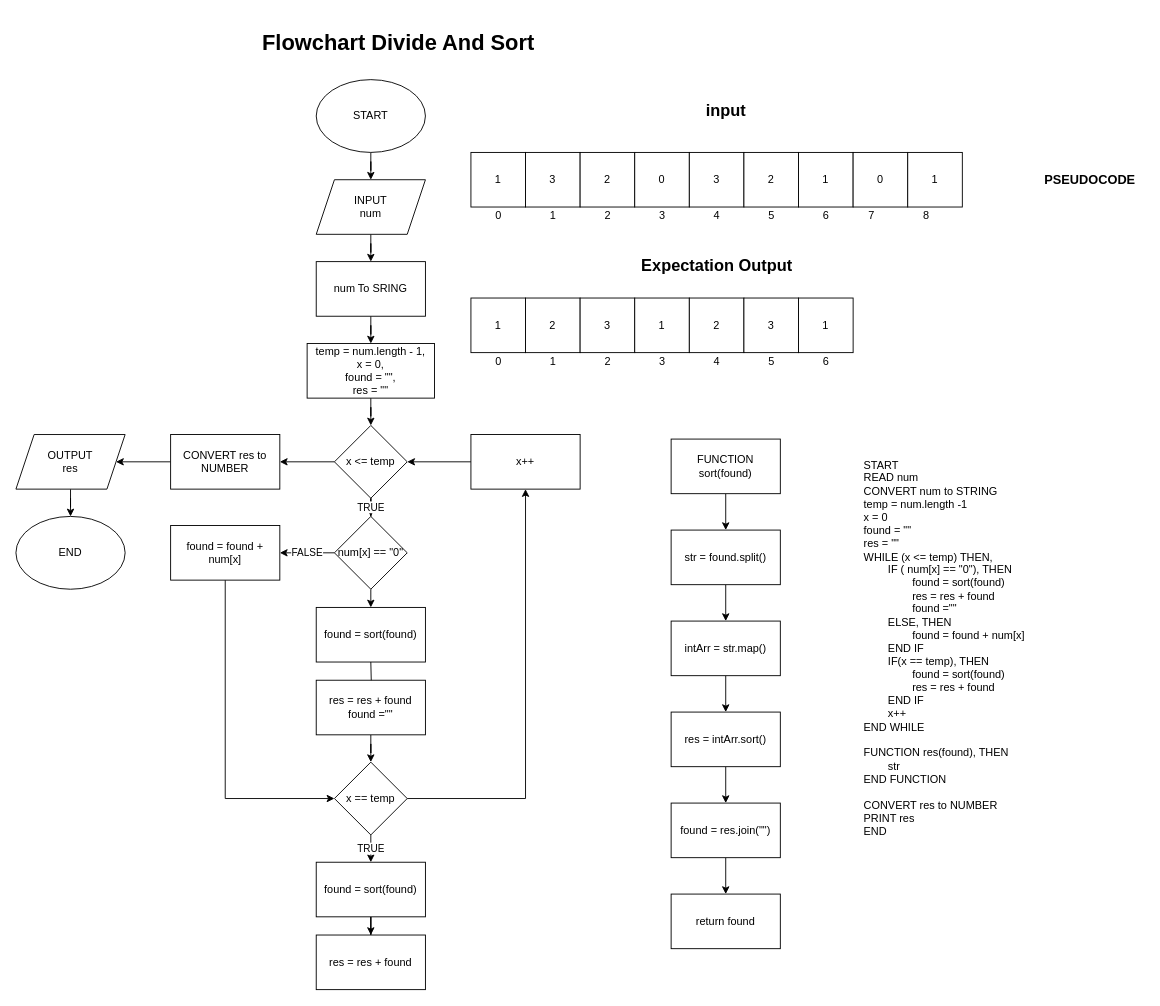
Earlier version of the draw.io diagram fw5-flowchart-js4/divideAndSort.drawio (DanangFirmantara/fw5-javascript4). Source tidied: cells renumbered, new cells numbered last; positions are measured from the earlier drawing's top-left corner, leaving out a move shared by most shapes. Both pictures are drawn from the tidied source at 91%, with x=0, y=0 at pixel (15, 20).
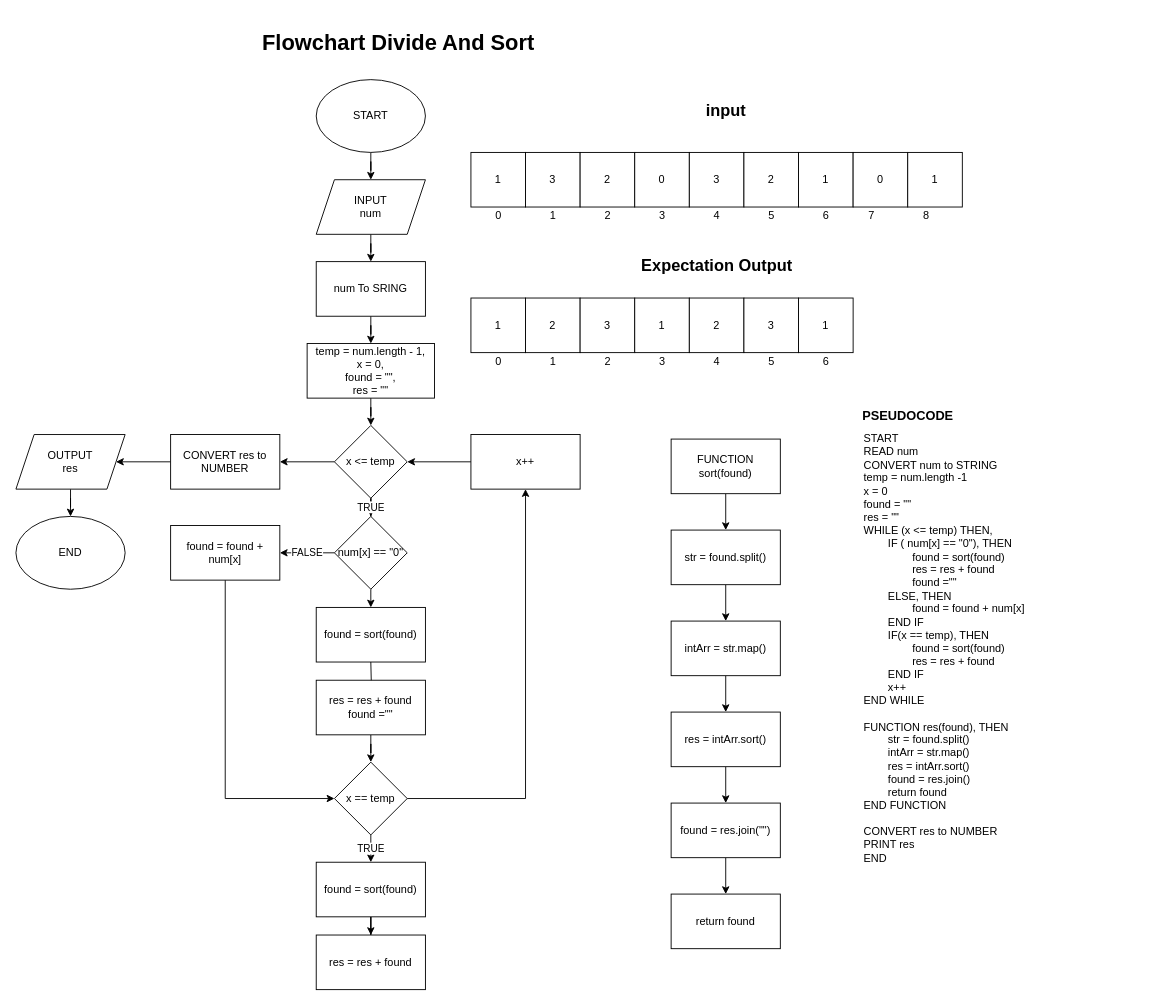
After the change.

Change to the diagram source:
```diff
@@
     <mxCell id="76" value="&lt;h3&gt;PSEUDOCODE&lt;/h3&gt;" style="text;html=1;align=center;verticalAlign=middle;strokeColor=none;fillColor=none;" parent="1" vertex="1">
-      <mxGeometry x="1120" y="150" width="120" height="50" as="geometry" />
+      <mxGeometry x="920" y="410" width="120" height="50" as="geometry" />
     </mxCell>
-    <mxCell id="77" value="START&lt;br&gt;&lt;div&gt;READ num&lt;/div&gt;&lt;div&gt;CONVERT num to STRING&lt;/div&gt;&lt;div&gt;temp = num.length -1&lt;/div&gt;&lt;div&gt;x = 0&lt;/div&gt;&lt;div&gt;found = &quot;&quot;&lt;/div&gt;&lt;div&gt;res = &quot;&quot;&lt;/div&gt;&lt;div&gt;WHILE (x &amp;lt;= temp) THEN,&lt;/div&gt;&lt;div&gt;&lt;span style=&quot;white-space: pre&quot;&gt;&#9;&lt;/span&gt;IF ( num[x] == &quot;0&quot;), THEN&lt;br&gt;&lt;/div&gt;&lt;span style=&quot;white-space: pre&quot;&gt;&#9;&lt;span style=&quot;white-space: pre&quot;&gt;&#9;&lt;/span&gt;&lt;/span&gt;&lt;span&gt;found = sort(found)&lt;/span&gt;&lt;br&gt;&lt;span style=&quot;white-space: pre&quot;&gt;&#9;&lt;span style=&quot;white-space: pre&quot;&gt;&#9;&lt;/span&gt;&lt;/span&gt;&lt;span&gt;res = res + found&lt;/span&gt;&lt;br&gt;&lt;div&gt;&lt;span style=&quot;white-space: pre&quot;&gt;&#9;&lt;span style=&quot;white-space: pre&quot;&gt;&#9;&lt;/span&gt;&lt;/span&gt;found =&quot;&quot;&lt;/div&gt;&lt;div&gt;&lt;span style=&quot;white-space: pre&quot;&gt;&#9;&lt;/span&gt;ELSE, THEN&lt;br&gt;&lt;/div&gt;&lt;div&gt;&lt;span style=&quot;white-space: pre&quot;&gt;&#9;&lt;span style=&quot;white-space: pre&quot;&gt;&#9;&lt;/span&gt;&lt;/span&gt;found = found + num[x]&lt;br&gt;&lt;/div&gt;&lt;div&gt;&lt;span style=&quot;white-space: pre&quot;&gt;&#9;&lt;/span&gt;END IF&lt;br&gt;&lt;/div&gt;&lt;div&gt;&lt;span style=&quot;white-space: pre&quot;&gt;&#9;&lt;/span&gt;IF(x == temp), THEN&lt;br&gt;&lt;/div&gt;&lt;div&gt;&lt;span style=&quot;white-space: pre&quot;&gt;&#9;&lt;/span&gt;&lt;span style=&quot;white-space: pre&quot;&gt;&#9;&lt;/span&gt;found = sort(found)&lt;br&gt;&lt;/div&gt;&lt;div&gt;&lt;span style=&quot;white-space: pre&quot;&gt;&#9;&lt;/span&gt;&lt;span style=&quot;white-space: pre&quot;&gt;&#9;&lt;/span&gt;res = res + found&lt;br&gt;&lt;/div&gt;&lt;div&gt;&lt;span style=&quot;white-space: pre&quot;&gt;&#9;&lt;/span&gt;END IF&lt;br&gt;&lt;/div&gt;&lt;div&gt;&lt;span style=&quot;white-space: pre&quot;&gt;&#9;&lt;/span&gt;x++&lt;br&gt;&lt;/div&gt;&lt;div&gt;&lt;span&gt;END WHILE&lt;/span&gt;&lt;br&gt;&lt;/div&gt;&lt;div&gt;&lt;span&gt;&lt;br&gt;&lt;/span&gt;&lt;/div&gt;&lt;div&gt;FUNCTION res(found), THEN&lt;/div&gt;&lt;div&gt;&lt;span style=&quot;white-space: pre&quot;&gt;&#9;&lt;/span&gt;str&lt;br&gt;&lt;/div&gt;&lt;div&gt;END FUNCTION&lt;/div&gt;&lt;div&gt;&lt;span&gt;&lt;br&gt;&lt;/span&gt;&lt;/div&gt;&lt;div&gt;CONVERT res to NUMBER&lt;/div&gt;&lt;div&gt;PRINT res&lt;/div&gt;&lt;div&gt;END&lt;/div&gt;" style="text;html=1;align=left;verticalAlign=middle;strokeColor=none;fillColor=none;" parent="1" vertex="1">
-      <mxGeometry x="930" y="485" width="190" height="410" as="geometry" />
+    <mxCell id="77" value="START&lt;br&gt;&lt;div&gt;READ num&lt;/div&gt;&lt;div&gt;CONVERT num to STRING&lt;/div&gt;&lt;div&gt;temp = num.length -1&lt;/div&gt;&lt;div&gt;x = 0&lt;/div&gt;&lt;div&gt;found = &quot;&quot;&lt;/div&gt;&lt;div&gt;res = &quot;&quot;&lt;/div&gt;&lt;div&gt;WHILE (x &amp;lt;= temp) THEN,&lt;/div&gt;&lt;div&gt;&lt;span style=&quot;white-space: pre&quot;&gt;&#9;&lt;/span&gt;IF ( num[x] == &quot;0&quot;), THEN&lt;br&gt;&lt;/div&gt;&lt;span style=&quot;white-space: pre&quot;&gt;&#9;&lt;span style=&quot;white-space: pre&quot;&gt;&#9;&lt;/span&gt;&lt;/span&gt;&lt;span&gt;found = sort(found)&lt;/span&gt;&lt;br&gt;&lt;span style=&quot;white-space: pre&quot;&gt;&#9;&lt;span style=&quot;white-space: pre&quot;&gt;&#9;&lt;/span&gt;&lt;/span&gt;&lt;span&gt;res = res + found&lt;/span&gt;&lt;br&gt;&lt;div&gt;&lt;span style=&quot;white-space: pre&quot;&gt;&#9;&lt;span style=&quot;white-space: pre&quot;&gt;&#9;&lt;/span&gt;&lt;/span&gt;found =&quot;&quot;&lt;/div&gt;&lt;div&gt;&lt;span style=&quot;white-space: pre&quot;&gt;&#9;&lt;/span&gt;ELSE, THEN&lt;br&gt;&lt;/div&gt;&lt;div&gt;&lt;span style=&quot;white-space: pre&quot;&gt;&#9;&lt;span style=&quot;white-space: pre&quot;&gt;&#9;&lt;/span&gt;&lt;/span&gt;found = found + num[x]&lt;br&gt;&lt;/div&gt;&lt;div&gt;&lt;span style=&quot;white-space: pre&quot;&gt;&#9;&lt;/span&gt;END IF&lt;br&gt;&lt;/div&gt;&lt;div&gt;&lt;span style=&quot;white-space: pre&quot;&gt;&#9;&lt;/span&gt;IF(x == temp), THEN&lt;br&gt;&lt;/div&gt;&lt;div&gt;&lt;span style=&quot;white-space: pre&quot;&gt;&#9;&lt;/span&gt;&lt;span style=&quot;white-space: pre&quot;&gt;&#9;&lt;/span&gt;found = sort(found)&lt;br&gt;&lt;/div&gt;&lt;div&gt;&lt;span style=&quot;white-space: pre&quot;&gt;&#9;&lt;/span&gt;&lt;span style=&quot;white-space: pre&quot;&gt;&#9;&lt;/span&gt;res = res + found&lt;br&gt;&lt;/div&gt;&lt;div&gt;&lt;span style=&quot;white-space: pre&quot;&gt;&#9;&lt;/span&gt;END IF&lt;br&gt;&lt;/div&gt;&lt;div&gt;&lt;span style=&quot;white-space: pre&quot;&gt;&#9;&lt;/span&gt;x++&lt;br&gt;&lt;/div&gt;&lt;div&gt;&lt;span&gt;END WHILE&lt;/span&gt;&lt;br&gt;&lt;/div&gt;&lt;div&gt;&lt;span&gt;&lt;br&gt;&lt;/span&gt;&lt;/div&gt;&lt;div&gt;FUNCTION res(found), THEN&lt;/div&gt;&lt;div&gt;&lt;span style=&quot;white-space: pre&quot;&gt;&#9;&lt;/span&gt;str = found.split()&lt;br&gt;&lt;/div&gt;&lt;div&gt;&lt;span style=&quot;white-space: pre&quot;&gt;&#9;&lt;/span&gt;intArr = str.map()&lt;br&gt;&lt;/div&gt;&lt;div&gt;&lt;span style=&quot;white-space: pre&quot;&gt;&#9;&lt;/span&gt;res = intArr.sort()&lt;br&gt;&lt;/div&gt;&lt;div&gt;&lt;span style=&quot;white-space: pre&quot;&gt;&#9;&lt;/span&gt;found = res.join()&lt;br&gt;&lt;/div&gt;&lt;div&gt;&lt;span style=&quot;white-space: pre&quot;&gt;&#9;&lt;/span&gt;return found&lt;br&gt;&lt;/div&gt;&lt;div&gt;END FUNCTION&lt;/div&gt;&lt;div&gt;&lt;span&gt;&lt;br&gt;&lt;/span&gt;&lt;/div&gt;&lt;div&gt;CONVERT res to NUMBER&lt;/div&gt;&lt;div&gt;PRINT res&lt;/div&gt;&lt;div&gt;END&lt;/div&gt;" style="text;html=1;align=left;verticalAlign=middle;strokeColor=none;fillColor=none;" parent="1" vertex="1">
+      <mxGeometry x="930" y="455" width="190" height="470" as="geometry" />
     </mxCell>
```
